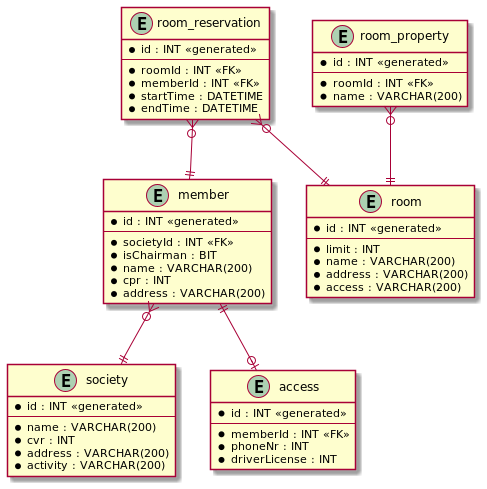
Earlier version of the PlantUML export EFCoreDab2/uml/er-diagram.png (au-swte21-14/dab2). Its diagram source:
```plantuml
@startuml

entity society {
    * id : INT <<generated>>
    --
    * name : VARCHAR(200)
    * cvr : INT
    * address : VARCHAR(200)
    * activity : VARCHAR(200)
}

entity member {
    * id : INT <<generated>>
    --
    * societyId : INT <<FK>>
    * isChairman : BIT
    * name : VARCHAR(200)
    * cpr : INT
    * address : VARCHAR(200)
}

entity room {
    * id : INT <<generated>>
    --
    * limit : INT
    * name : VARCHAR(200)
    * address : VARCHAR(200)
    * access : VARCHAR(200)
}

entity room_property {
    * id : INT <<generated>>
    --
    * roomId : INT <<FK>>
    * name : VARCHAR(200)
}

entity room_reservation {
    * id : INT <<generated>>
    --
    * roomId : INT <<FK>>
    * memberId : INT <<FK>>
    * startTime : DATETIME
    * endTime : DATETIME
}

entity access {
    * id : INT <<generated>>
    --
    * memberId : INT <<FK>>
    * phoneNr : INT
    * driverLicense : INT
}

member }o--|| society
room_reservation }o--|| member
room_reservation }o--|| room
room_property }o--|| room
member ||--o| access

@enduml
```
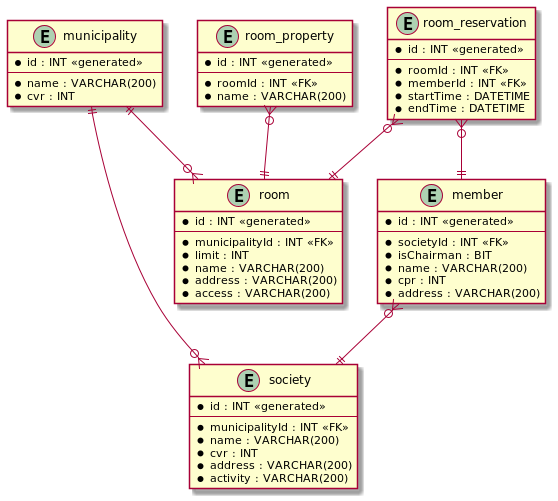
After the commit.

Change to the diagram source:
```diff
@@ -1,8 +1,16 @@
 @startuml
+
+entity municipality {
+    * id : INT <<generated>>
+    --
+    * name : VARCHAR(200)
+    * cvr : INT
+}
 
 entity society {
     * id : INT <<generated>>
     --
+    * municipalityId : INT <<FK>>
     * name : VARCHAR(200)
     * cvr : INT
     * address : VARCHAR(200)
@@ -22,6 +30,7 @@
 entity room {
     * id : INT <<generated>>
     --
+    * municipalityId : INT <<FK>>
     * limit : INT
     * name : VARCHAR(200)
     * address : VARCHAR(200)
@@ -44,18 +53,11 @@
     * endTime : DATETIME
 }
 
-entity access {
-    * id : INT <<generated>>
-    --
-    * memberId : INT <<FK>>
-    * phoneNr : INT
-    * driverLicense : INT
-}
-
 member }o--|| society
 room_reservation }o--|| member
 room_reservation }o--|| room
 room_property }o--|| room
-member ||--o| access
+municipality ||--o{ society
+municipality ||--o{ room
 
 @enduml
```
